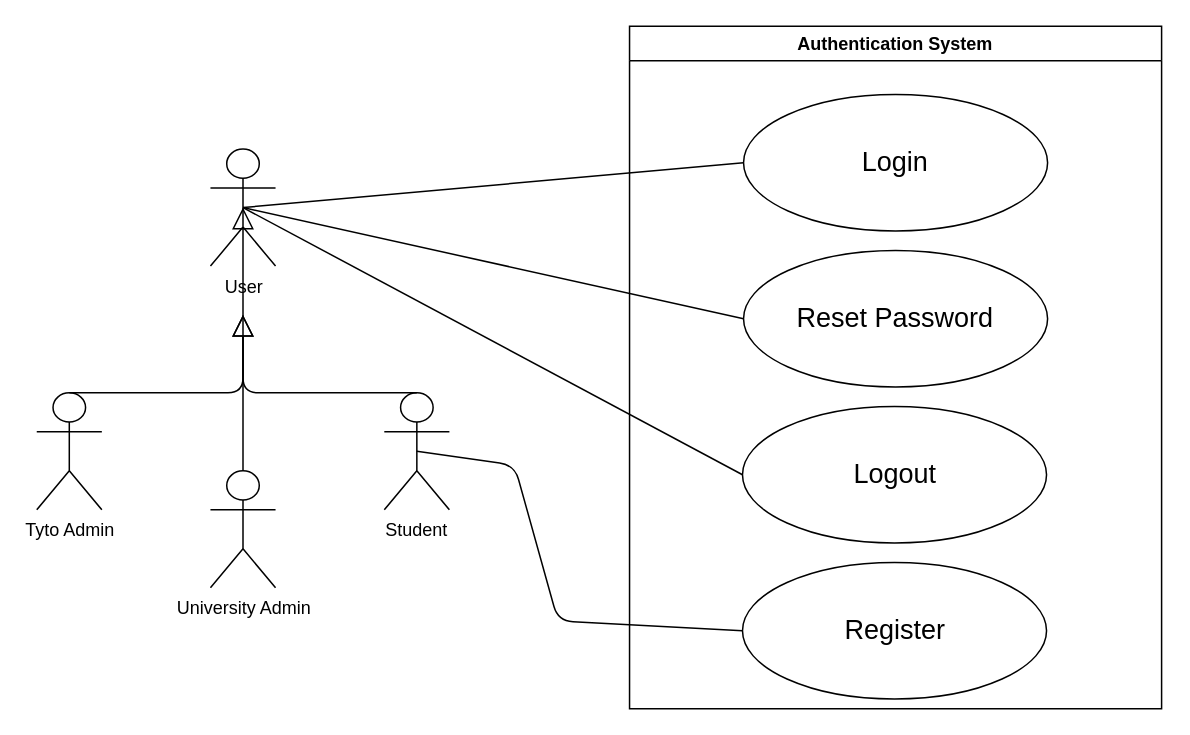
The draw.io diagram page "Authentication System" (3 of 6) of docs/diagrams/requirements/Requirements.drawio in COS301-SE-2026/UMTAS, before the edit. Source tidied: cells renumbered, new cells numbered last; positions are measured from the earlier drawing's top-left corner, leaving out a move shared by most shapes. Both pictures are drawn from the tidied source at 150%, with x=0, y=0 at pixel (36, 26).
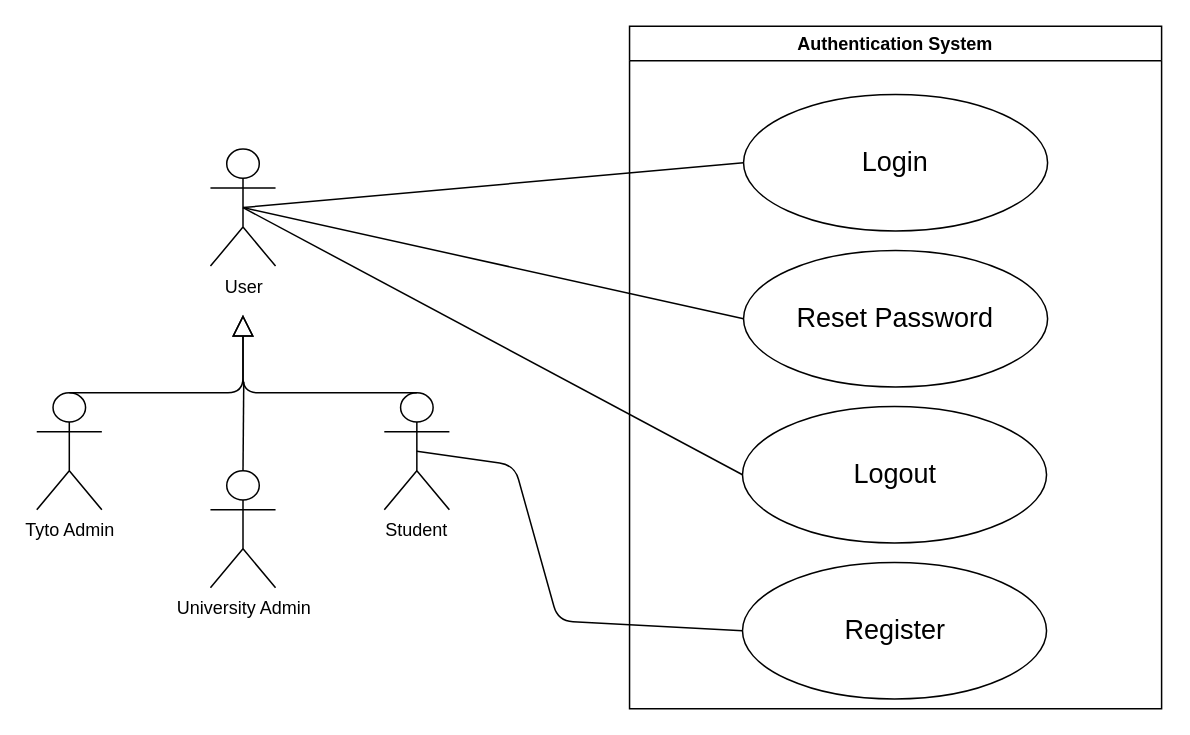
Above is the later version.

Unchanged cells that the change refers to:
```xml
<mxCell id="3" style="group;" parent="2" vertex="1">
  <mxGeometry y="81.9" width="275.1" height="292.5" as="geometry" />
</mxCell>
<mxCell id="4" value="User" style="shape=umlActor;verticalLabelPosition=bottom;verticalAlign=top;html=1;outlineConnect=0;" parent="3" vertex="1">
  <mxGeometry x="115.8" width="43.4" height="78" as="geometry" />
</mxCell>
<mxCell id="7" value="University Admin" style="shape=umlActor;verticalLabelPosition=bottom;verticalAlign=top;html=1;outlineConnect=0;" parent="5" vertex="1">
  <mxGeometry x="115.8" y="104" width="43.4" height="78" as="geometry" />
</mxCell>
```

What changed in the source:
```diff
@@
-    <mxCell id="11" style="edgeStyle=none;html=1;endSize=12;endArrow=block;endFill=0;exitX=0.5;exitY=0;exitDx=0;exitDy=0;exitPerimeter=0;entryX=0.5;entryY=0.5;entryDx=0;entryDy=0;entryPerimeter=0;" parent="3" edge="1" source="7" target="4">
-      <mxGeometry relative="1" as="geometry" />
-    </mxCell>
@@
+    <mxCell id="22" style="endArrow=none;html=1;exitX=0.5;exitY=0;exitDx=0;exitDy=0;exitPerimeter=0;" parent="1" edge="1" source="7">
+      <mxGeometry relative="1" as="geometry">
+        <mxPoint x="138" y="237" as="targetPoint" />
+      </mxGeometry>
+    </mxCell>
```
